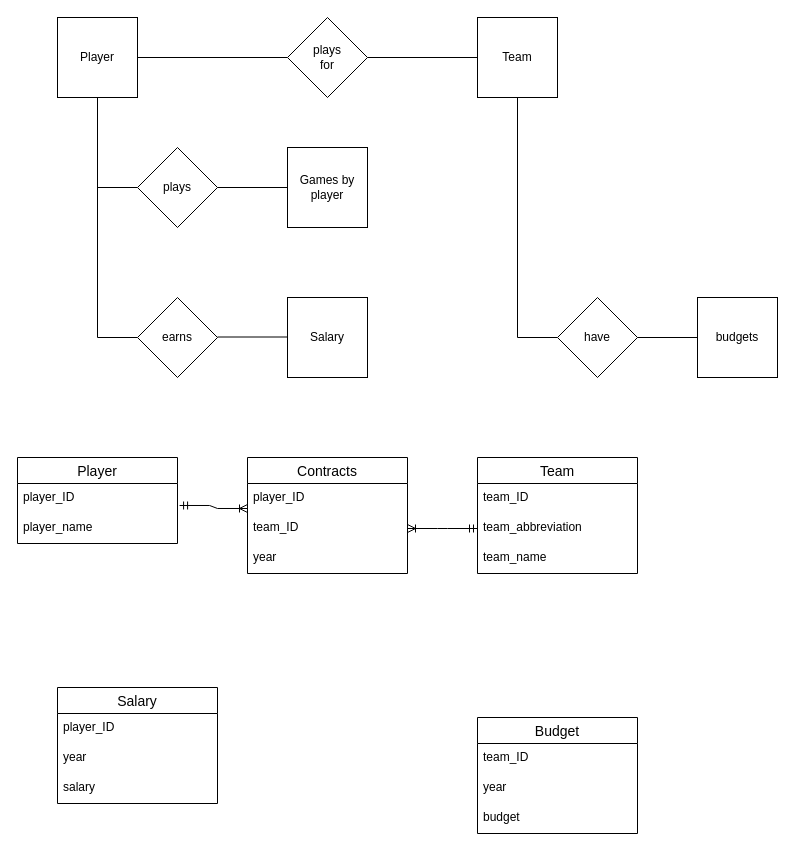
The draw.io diagram page "Conceptual" (1 of 2) of Untitled Diagram.drawio in GREEBLE-Bart/syntra-data_analyst, before the edit. Source tidied: cells renumbered, new cells numbered last; positions are measured from the earlier drawing's top-left corner, leaving out a move shared by most shapes. Both pictures are drawn from the tidied source at 100%, with x=0, y=0 at pixel (17, 17).
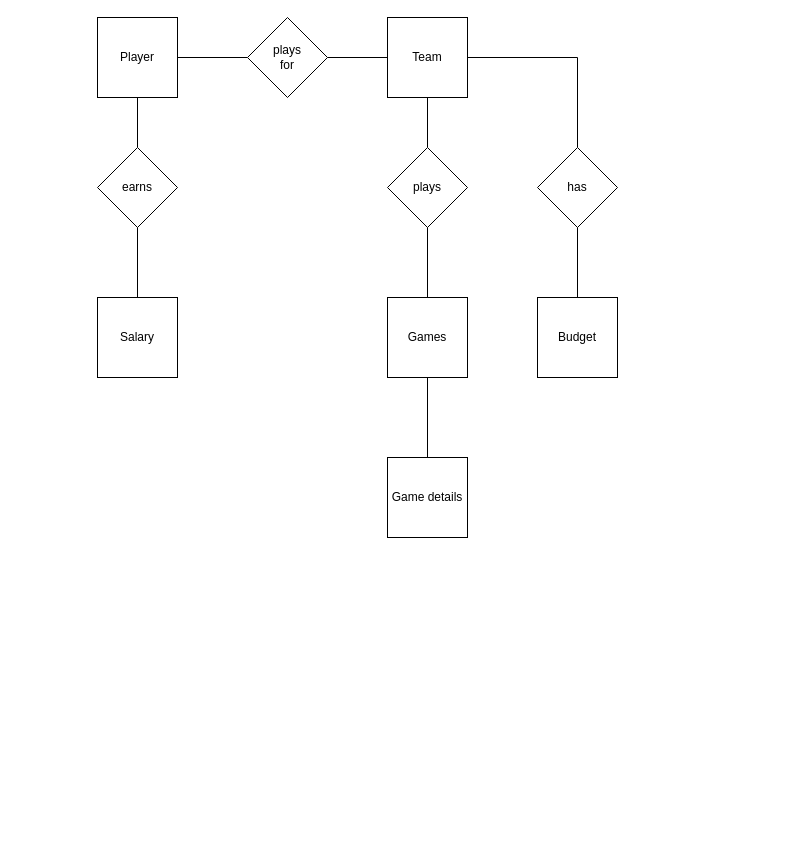
After the change.

What changed in the source:
```diff
@@
-    <mxCell id="3" style="edgeStyle=orthogonalEdgeStyle;rounded=0;jettySize=auto;html=1;exitX=0.5;exitY=1;exitDx=0;exitDy=0;entryX=0;entryY=0.5;entryDx=0;entryDy=0;endArrow=none;endFill=0;" parent="1" edge="1" source="5" target="6">
-      <mxGeometry relative="1" as="geometry" />
-    </mxCell>
-    <mxCell id="4" style="edgeStyle=orthogonalEdgeStyle;rounded=0;jettySize=auto;html=1;exitX=0.5;exitY=1;exitDx=0;exitDy=0;entryX=0;entryY=0.5;entryDx=0;entryDy=0;endArrow=none;endFill=0;" parent="1" edge="1" source="5" target="8">
+    <mxCell id="4" style="edgeStyle=orthogonalEdgeStyle;rounded=0;jettySize=auto;html=1;exitX=0.5;exitY=1;exitDx=0;exitDy=0;entryX=0.5;entryY=0;entryDx=0;entryDy=0;endArrow=none;endFill=0;" parent="1" edge="1" source="5" target="8">
       <mxGeometry relative="1" as="geometry" />
     </mxCell>
     <mxCell id="5" value="Player" style="whiteSpace=wrap;html=1;" parent="1" vertex="1">
-      <mxGeometry x="40" width="80" height="80" as="geometry" />
+      <mxGeometry x="80" width="80" height="80" as="geometry" />
     </mxCell>
-    <mxCell id="6" value="plays" style="rhombus;whiteSpace=wrap;html=1;" parent="1" vertex="1">
-      <mxGeometry x="120" y="130" width="80" height="80" as="geometry" />
-    </mxCell>
-    <mxCell id="7" value="Games by player" style="whiteSpace=wrap;html=1;" parent="1" vertex="1">
-      <mxGeometry x="270" y="130" width="80" height="80" as="geometry" />
+    <mxCell id="7" value="Game details" style="whiteSpace=wrap;html=1;" parent="1" vertex="1">
+      <mxGeometry x="370" y="440" width="80" height="80" as="geometry" />
     </mxCell>
     <mxCell id="8" value="earns" style="rhombus;whiteSpace=wrap;html=1;" parent="1" vertex="1">
-      <mxGeometry x="120" y="280" width="80" height="80" as="geometry" />
+      <mxGeometry x="80" y="130" width="80" height="80" as="geometry" />
     </mxCell>
     <mxCell id="9" value="Salary" style="whiteSpace=wrap;html=1;" parent="1" vertex="1">
-      <mxGeometry x="270" y="280" width="80" height="80" as="geometry" />
+      <mxGeometry x="80" y="280" width="80" height="80" as="geometry" />
     </mxCell>
-    <mxCell id="10" style="edgeStyle=orthogonalEdgeStyle;rounded=0;jettySize=auto;html=1;exitX=0.5;exitY=1;exitDx=0;exitDy=0;entryX=0;entryY=0.5;entryDx=0;entryDy=0;endArrow=none;endFill=0;" parent="1" edge="1" source="11" target="12">
+    <mxCell id="10" style="edgeStyle=orthogonalEdgeStyle;rounded=0;jettySize=auto;html=1;exitX=1;exitY=0.5;exitDx=0;exitDy=0;entryX=0.5;entryY=0;entryDx=0;entryDy=0;endArrow=none;endFill=0;" parent="1" edge="1" source="11" target="12">
       <mxGeometry relative="1" as="geometry" />
     </mxCell>
+    <mxCell id="40" style="edgeStyle=orthogonalEdgeStyle;rounded=0;jettySize=auto;html=1;exitX=0.5;exitY=1;exitDx=0;exitDy=0;entryX=0.5;entryY=0;entryDx=0;entryDy=0;endArrow=none;endFill=0;" parent="1" edge="1" source="11" target="6">
+      <mxGeometry relative="1" as="geometry" />
+    </mxCell>
     <mxCell id="11" value="Team" style="whiteSpace=wrap;html=1;" parent="1" vertex="1">
-      <mxGeometry x="460" width="80" height="80" as="geometry" />
+      <mxGeometry x="370" width="80" height="80" as="geometry" />
     </mxCell>
-    <mxCell id="12" value="have" style="rhombus;whiteSpace=wrap;html=1;" parent="1" vertex="1">
-      <mxGeometry x="540" y="280" width="80" height="80" as="geometry" />
+    <mxCell id="12" value="has" style="rhombus;whiteSpace=wrap;html=1;" parent="1" vertex="1">
+      <mxGeometry x="520" y="130" width="80" height="80" as="geometry" />
     </mxCell>
-    <mxCell id="13" value="budgets" style="whiteSpace=wrap;html=1;" parent="1" vertex="1">
-      <mxGeometry x="680" y="280" width="80" height="80" as="geometry" />
+    <mxCell id="13" value="Budget" style="whiteSpace=wrap;html=1;" parent="1" vertex="1">
+      <mxGeometry x="520" y="280" width="80" height="80" as="geometry" />
     </mxCell>
@@
     <mxCell id="15" value="plays&lt;br&gt;for" style="rhombus;whiteSpace=wrap;html=1;" parent="1" vertex="1">
-      <mxGeometry x="270" width="80" height="80" as="geometry" />
+      <mxGeometry x="230" width="80" height="80" as="geometry" />
     </mxCell>
-    <mxCell id="16" style="endArrow=none;html=1;rounded=0;entryX=1;entryY=0.5;entryDx=0;entryDy=0;exitX=0;exitY=0.5;exitDx=0;exitDy=0;" parent="1" edge="1" source="13" target="12">
+    <mxCell id="16" style="endArrow=none;html=1;rounded=0;exitX=0.5;exitY=0;exitDx=0;exitDy=0;entryX=0.5;entryY=1;entryDx=0;entryDy=0;" parent="1" edge="1" source="13" target="12">
       <mxGeometry relative="1" as="geometry" />
     </mxCell>
-    <mxCell id="17" style="endArrow=none;html=1;rounded=0;entryX=0;entryY=0.5;entryDx=0;entryDy=0;" parent="1" edge="1" target="7">
-      <mxGeometry relative="1" as="geometry">
-        <mxPoint x="200" y="170" as="sourcePoint" />
-      </mxGeometry>
-    </mxCell>
-    <mxCell id="18" style="endArrow=none;html=1;rounded=0;entryX=0;entryY=0.5;entryDx=0;entryDy=0;" parent="1" edge="1">
-      <mxGeometry relative="1" as="geometry">
-        <mxPoint x="200" y="319.5" as="sourcePoint" />
-        <mxPoint x="270" y="319.5" as="targetPoint" />
-      </mxGeometry>
+    <mxCell id="18" style="endArrow=none;html=1;rounded=0;entryX=0.5;entryY=0;entryDx=0;entryDy=0;exitX=0.5;exitY=1;exitDx=0;exitDy=0;" parent="1" edge="1" source="8" target="9">
+      <mxGeometry relative="1" as="geometry" />
     </mxCell>
-    <mxCell id="19" value="Player" style="swimlane;fontStyle=0;horizontal=1;startSize=26;align=center;fontSize=14;" parent="1" vertex="1">
-      <mxGeometry y="440" width="160" height="86" as="geometry" />
-    </mxCell>
-    <mxCell id="20" value="player_ID" style="text;strokeColor=none;fillColor=none;spacingLeft=4;spacingRight=4;overflow=hidden;points=[[0,0.5],[1,0.5]];portConstraint=eastwest;fontSize=12;" parent="19" vertex="1">
-      <mxGeometry y="26" width="160" height="30" as="geometry" />
-    </mxCell>
-    <mxCell id="21" value="player_name" style="text;strokeColor=none;fillColor=none;spacingLeft=4;spacingRight=4;overflow=hidden;fontSize=12;" parent="19" vertex="1">
-      <mxGeometry y="56" width="160" height="30" as="geometry" />
-    </mxCell>
-    <mxCell id="22" value="Team" style="swimlane;fontStyle=0;horizontal=1;startSize=26;align=center;fontSize=14;" parent="1" vertex="1">
-      <mxGeometry x="460" y="440" width="160" height="116" as="geometry" />
-    </mxCell>
-    <mxCell id="23" value="team_ID" style="text;strokeColor=none;fillColor=none;spacingLeft=4;spacingRight=4;overflow=hidden;fontSize=12;" parent="22" vertex="1">
-      <mxGeometry y="26" width="160" height="30" as="geometry" />
-    </mxCell>
-    <mxCell id="24" value="team_abbreviation" style="text;strokeColor=none;fillColor=none;spacingLeft=4;spacingRight=4;overflow=hidden;points=[[0,0.5],[1,0.5]];portConstraint=eastwest;fontSize=12;" parent="22" vertex="1">
-      <mxGeometry y="56" width="160" height="30" as="geometry" />
-    </mxCell>
-    <mxCell id="25" value="team_name&#10;" style="text;strokeColor=none;fillColor=none;spacingLeft=4;spacingRight=4;overflow=hidden;fontSize=12;" parent="22" vertex="1">
-      <mxGeometry y="86" width="160" height="30" as="geometry" />
-    </mxCell>
-    <mxCell id="26" value="Contracts" style="swimlane;fontStyle=0;horizontal=1;startSize=26;align=center;fontSize=14;" parent="1" vertex="1">
-      <mxGeometry x="230" y="440" width="160" height="116" as="geometry" />
-    </mxCell>
-    <mxCell id="27" value="player_ID" style="text;strokeColor=none;fillColor=none;spacingLeft=4;spacingRight=4;overflow=hidden;points=[[0,0.5],[1,0.5]];portConstraint=eastwest;fontSize=12;" parent="26" vertex="1">
-      <mxGeometry y="26" width="160" height="30" as="geometry" />
-    </mxCell>
-    <mxCell id="28" value="team_ID" style="text;strokeColor=none;fillColor=none;spacingLeft=4;spacingRight=4;overflow=hidden;points=[[0,0.5],[1,0.5]];portConstraint=eastwest;fontSize=12;" parent="26" vertex="1">
-      <mxGeometry y="56" width="160" height="30" as="geometry" />
-    </mxCell>
-    <mxCell id="29" value="year" style="text;strokeColor=none;fillColor=none;spacingLeft=4;spacingRight=4;overflow=hidden;fontSize=12;" parent="26" vertex="1">
-      <mxGeometry y="86" width="160" height="30" as="geometry" />
-    </mxCell>
-    <mxCell id="30" value="Budget" style="swimlane;fontStyle=0;horizontal=1;startSize=26;align=center;fontSize=14;" parent="1" vertex="1">
-      <mxGeometry x="460" y="700" width="160" height="116" as="geometry" />
-    </mxCell>
-    <mxCell id="31" value="team_ID" style="text;strokeColor=none;fillColor=none;spacingLeft=4;spacingRight=4;overflow=hidden;fontSize=12;" parent="30" vertex="1">
-      <mxGeometry y="26" width="160" height="30" as="geometry" />
-    </mxCell>
-    <mxCell id="32" value="year" style="text;strokeColor=none;fillColor=none;spacingLeft=4;spacingRight=4;overflow=hidden;fontSize=12;" parent="30" vertex="1">
-      <mxGeometry y="56" width="160" height="30" as="geometry" />
-    </mxCell>
-    <mxCell id="33" value="budget" style="text;strokeColor=none;fillColor=none;spacingLeft=4;spacingRight=4;overflow=hidden;fontSize=12;" parent="30" vertex="1">
-      <mxGeometry y="86" width="160" height="30" as="geometry" />
-    </mxCell>
-    <mxCell id="34" value="Salary" style="swimlane;fontStyle=0;horizontal=1;startSize=26;align=center;fontSize=14;" parent="1" vertex="1">
-      <mxGeometry x="40" y="670" width="160" height="116" as="geometry" />
-    </mxCell>
-    <mxCell id="35" value="player_ID" style="text;strokeColor=none;fillColor=none;spacingLeft=4;spacingRight=4;overflow=hidden;fontSize=12;" parent="34" vertex="1">
-      <mxGeometry y="26" width="160" height="30" as="geometry" />
-    </mxCell>
-    <mxCell id="36" value="year" style="text;strokeColor=none;fillColor=none;spacingLeft=4;spacingRight=4;overflow=hidden;fontSize=12;" parent="34" vertex="1">
-      <mxGeometry y="56" width="160" height="30" as="geometry" />
-    </mxCell>
-    <mxCell id="37" value="salary" style="text;strokeColor=none;fillColor=none;spacingLeft=4;spacingRight=4;overflow=hidden;fontSize=12;" parent="34" vertex="1">
-      <mxGeometry y="86" width="160" height="30" as="geometry" />
-    </mxCell>
-    <mxCell id="38" style="edgeStyle=entityRelationEdgeStyle;fontSize=12;html=1;endArrow=ERoneToMany;startArrow=ERmandOne;rounded=0;exitX=1.013;exitY=0.733;exitDx=0;exitDy=0;exitPerimeter=0;entryX=0;entryY=0.833;entryDx=0;entryDy=0;entryPerimeter=0;" parent="1" edge="1" source="20" target="27">
-      <mxGeometry relative="1" as="geometry" />
-    </mxCell>
-    <mxCell id="39" style="edgeStyle=entityRelationEdgeStyle;fontSize=12;html=1;endArrow=ERoneToMany;startArrow=ERmandOne;rounded=0;exitX=0;exitY=0.5;exitDx=0;exitDy=0;" parent="1" edge="1" source="24" target="28">
-      <mxGeometry relative="1" as="geometry" />
-    </mxCell>
+    <mxCell id="6" value="plays" style="rhombus;whiteSpace=wrap;html=1;" parent="1" vertex="1">
+      <mxGeometry x="370" y="130" width="80" height="80" as="geometry" />
+    </mxCell>
+    <mxCell id="41" style="edgeStyle=orthogonalEdgeStyle;rounded=0;jettySize=auto;html=1;exitX=0.5;exitY=0;exitDx=0;exitDy=0;entryX=0.5;entryY=1;entryDx=0;entryDy=0;endArrow=none;endFill=0;" parent="1" edge="1" source="43" target="6">
+      <mxGeometry relative="1" as="geometry" />
+    </mxCell>
+    <mxCell id="42" style="edgeStyle=orthogonalEdgeStyle;rounded=0;jettySize=auto;html=1;exitX=0.5;exitY=1;exitDx=0;exitDy=0;entryX=0.5;entryY=0;entryDx=0;entryDy=0;endArrow=none;endFill=0;" parent="1" edge="1" source="43" target="7">
+      <mxGeometry relative="1" as="geometry" />
+    </mxCell>
+    <mxCell id="43" value="Games" style="whiteSpace=wrap;html=1;" parent="1" vertex="1">
+      <mxGeometry x="370" y="280" width="80" height="80" as="geometry" />
+    </mxCell>
```
